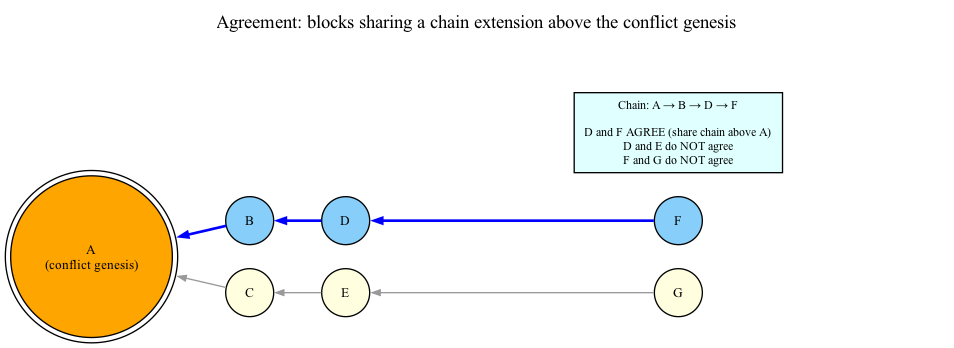
The Graphviz diagram png/03-agreement.png in coderofstuff/dk-wiki, before a commit. Its source is kept beside it as dot/03-agreement.dot. The source it was exported from:
```dot
digraph agreement_example {
    rankdir=RL;
    node [shape=circle, style=filled, fontsize=10];
    edge [arrowsize=0.6, color=gray60];

    label="Agreement: blocks sharing a chain extension above the conflict genesis";
    labelloc=t;

    A [label="A\n(conflict genesis)", fillcolor=orange, shape=doublecircle];
    B [label="B", fillcolor=lightskyblue];
    C [label="C", fillcolor=lightyellow];
    D [label="D", fillcolor=lightskyblue];
    E [label="E", fillcolor=lightyellow];
    F [label="F", fillcolor=lightskyblue];
    G [label="G", fillcolor=lightyellow];

    F -> D [color=blue, penwidth=2.0];
    G -> E;
    D -> B [color=blue, penwidth=2.0];
    E -> C;
    B -> A [color=blue, penwidth=2.0];
    C -> A;

    subgraph cluster_annotation {
        style=invis;
        NOTE [label="Chain: A → B → D → F\n\nD and F AGREE (share chain above A)\nD and E do NOT agree\nF and G do NOT agree", shape=box, style=filled, fillcolor=lightcyan, fontsize=9];
    }
}
```
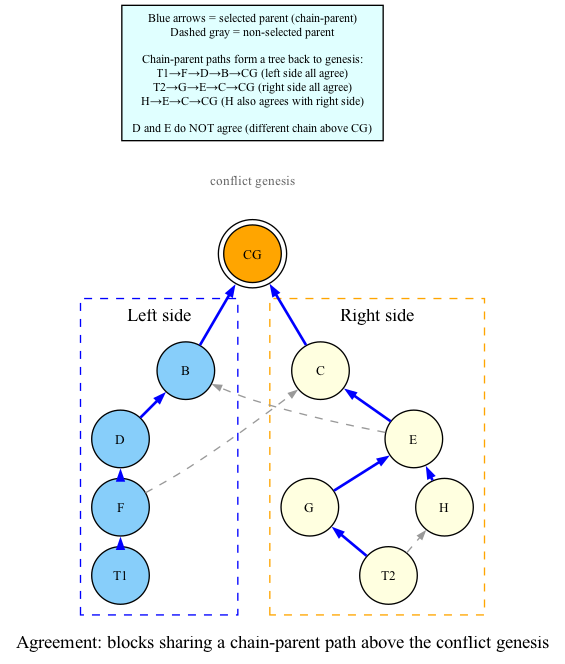
After the commit.

Change to the diagram source:
```diff
@@ -1,28 +1,57 @@
 digraph agreement_example {
-    rankdir=RL;
-    node [shape=circle, style=filled, fontsize=10];
+    rankdir=BT;
+    nodesep=0.8;
+    ranksep=0.1;
+    node [shape=circle, style=filled, fontsize=10, width=0.6, height=0.6];
     edge [arrowsize=0.6, color=gray60];
 
-    label="Agreement: blocks sharing a chain extension above the conflict genesis";
-    labelloc=t;
+    label="Agreement: blocks sharing a chain-parent path above the conflict genesis";
 
-    A [label="A\n(conflict genesis)", fillcolor=orange, shape=doublecircle];
-    B [label="B", fillcolor=lightskyblue];
-    C [label="C", fillcolor=lightyellow];
-    D [label="D", fillcolor=lightskyblue];
-    E [label="E", fillcolor=lightyellow];
-    F [label="F", fillcolor=lightskyblue];
-    G [label="G", fillcolor=lightyellow];
+    CG [label="CG", fillcolor=orange, shape=doublecircle];
 
+    subgraph cluster_left {
+        label="Left side";
+        labelloc=b;
+        style="dashed";
+        color=blue;
+        B [label="B", fillcolor=lightskyblue];
+        D [label="D", fillcolor=lightskyblue];
+        F [label="F", fillcolor=lightskyblue];
+        T1 [label="T1", fillcolor=lightskyblue];
+        L_PAD [shape=point, width=0, style=invis];
+    }
+
+    subgraph cluster_right {
+        label="Right side";
+        labelloc=b;
+        style="dashed";
+        color=orange;
+        C [label="C", fillcolor=lightyellow];
+        E [label="E", fillcolor=lightyellow];
+        G [label="G", fillcolor=lightyellow];
+        T2 [label="T2", fillcolor=lightyellow];
+        H [label="H", fillcolor=lightyellow];
+    }
+
+    CG_lbl [label="conflict genesis", shape=plaintext, style=filled, fillcolor=none, fontsize=10, fontcolor=gray40, width=0];
+
+    NOTE [label="Blue arrows = selected parent (chain-parent)\nDashed gray = non-selected parent\n\nChain-parent paths form a tree back to genesis:\nT1→F→D→B→CG (left side all agree)\nT2→G→E→C→CG (right side all agree)\nH→E→C→CG (H also agrees with right side)\n\nD and E do NOT agree (different chain above CG)", shape=box, style=filled, fillcolor=lightcyan, fontsize=9];
+
+    D -> B [color=blue, penwidth=2.0];
     F -> D [color=blue, penwidth=2.0];
-    G -> E;
-    D -> B [color=blue, penwidth=2.0];
-    E -> C;
-    B -> A [color=blue, penwidth=2.0];
-    C -> A;
+    T1 -> F [color=blue, penwidth=2.0];
+    E -> C [color=blue, penwidth=2.0];
+    G -> E [color=blue, penwidth=2.0];
+    T2 -> G [color=blue, penwidth=2.0];
+    H -> E [color=blue, penwidth=2.0];
 
-    subgraph cluster_annotation {
-        style=invis;
-        NOTE [label="Chain: A → B → D → F\n\nD and F AGREE (share chain above A)\nD and E do NOT agree\nF and G do NOT agree", shape=box, style=filled, fillcolor=lightcyan, fontsize=9];
-    }
+    B -> CG [color=blue, penwidth=2.0];
+    C -> CG [color=blue, penwidth=2.0];
+
+    T2 -> H [color=gray60, penwidth=1.0, style=dashed];
+    F -> C [color=gray60, penwidth=1.0, style=dashed];
+    E -> B [color=gray60, penwidth=1.0, style=dashed];
+
+    CG -> CG_lbl [style=invis];
+    CG_lbl -> NOTE [style=invis];
 }
```
